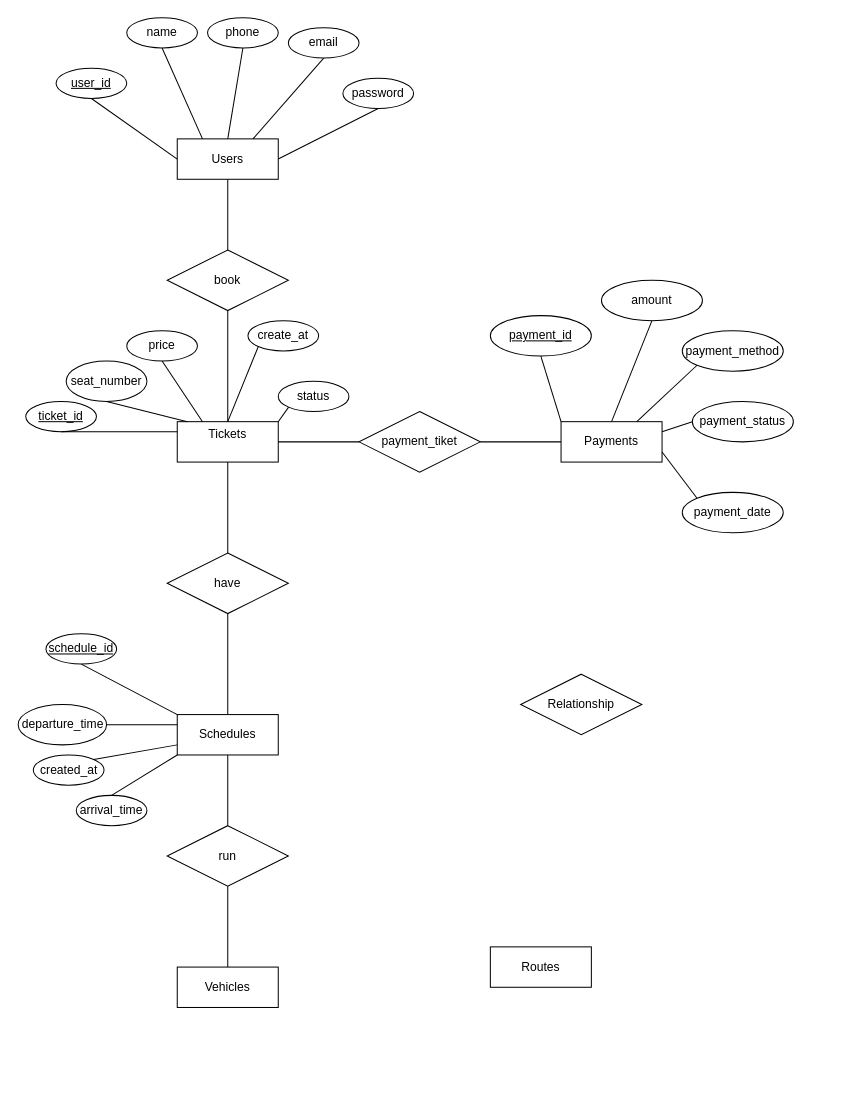
This is Untitled Diagram.drawio from TrinhHoa-23520508/class-diagram, a draw.io file, before an edit. Source tidied: cells renumbered, new cells numbered last; positions are measured from the earlier drawing's top-left corner, leaving out a move shared by most shapes. Both pictures are drawn from the tidied source at 101%, with x=0, y=0 at pixel (17, 17).
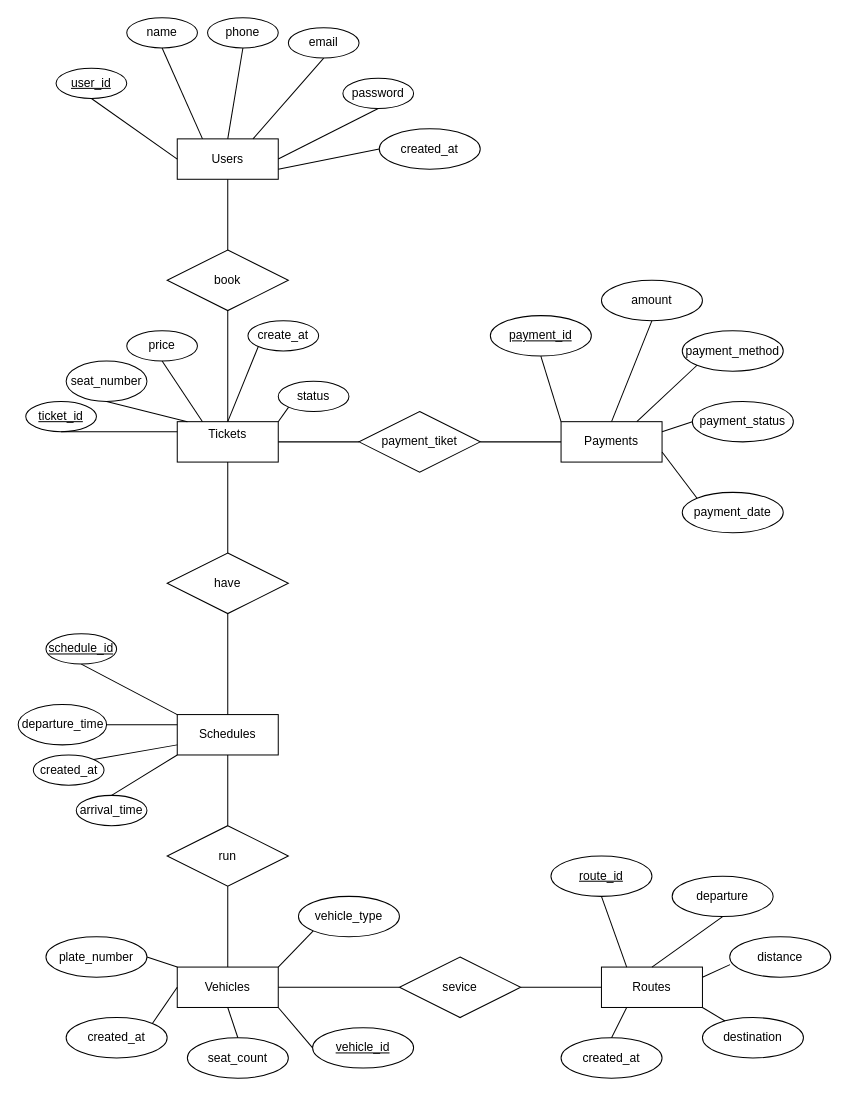
Above is the later version.

The change refers to these unchanged cells:
```xml
<mxCell id="2" value="Users" style="whiteSpace=wrap;html=1;align=center;" parent="1" vertex="1">
  <mxGeometry x="158" y="120" width="100" height="40" as="geometry" />
</mxCell>
<mxCell id="4" value="Vehicles" style="whiteSpace=wrap;html=1;align=center;" parent="1" vertex="1">
  <mxGeometry x="158" y="940" width="100" height="40" as="geometry" />
</mxCell>
```

Change to the diagram source:
```diff
@@
     <mxCell id="3" value="Routes" style="whiteSpace=wrap;html=1;align=center;" parent="1" vertex="1">
-      <mxGeometry x="468" y="920" width="100" height="40" as="geometry" />
+      <mxGeometry x="578" y="940" width="100" height="40" as="geometry" />
     </mxCell>
@@
-    <mxCell id="45" value="Relationship" style="shape=rhombus;perimeter=rhombusPerimeter;whiteSpace=wrap;html=1;align=center;" parent="1" vertex="1">
-      <mxGeometry x="498" y="650" width="120" height="60" as="geometry" />
+    <mxCell id="45" value="sevice" style="shape=rhombus;perimeter=rhombusPerimeter;whiteSpace=wrap;html=1;align=center;" parent="1" vertex="1">
+      <mxGeometry x="378" y="930" width="120" height="60" as="geometry" />
     </mxCell>
@@
+    <mxCell id="59" value="plate_number" style="ellipse;whiteSpace=wrap;html=1;align=center;" parent="1" vertex="1">
+      <mxGeometry x="28" y="910" width="100" height="40" as="geometry" />
+    </mxCell>
+    <mxCell id="60" value="vehicle_id" style="ellipse;whiteSpace=wrap;html=1;align=center;fontStyle=4;" parent="1" vertex="1">
+      <mxGeometry x="292" y="1000" width="100" height="40" as="geometry" />
+    </mxCell>
+    <mxCell id="61" value="vehicle_type" style="ellipse;whiteSpace=wrap;html=1;align=center;" parent="1" vertex="1">
+      <mxGeometry x="278" y="870" width="100" height="40" as="geometry" />
+    </mxCell>
+    <mxCell id="62" value="seat_count" style="ellipse;whiteSpace=wrap;html=1;align=center;" parent="1" vertex="1">
+      <mxGeometry x="168" y="1010" width="100" height="40" as="geometry" />
+    </mxCell>
+    <mxCell id="63" value="created_at" style="ellipse;whiteSpace=wrap;html=1;align=center;" parent="1" vertex="1">
+      <mxGeometry x="48" y="990" width="100" height="40" as="geometry" />
+    </mxCell>
+    <mxCell id="64" style="endArrow=none;html=1;rounded=0;entryX=1;entryY=0;entryDx=0;entryDy=0;exitX=0;exitY=1;exitDx=0;exitDy=0;" parent="1" edge="1" source="61" target="4">
+      <mxGeometry relative="1" as="geometry" />
+    </mxCell>
+    <mxCell id="65" style="endArrow=none;html=1;rounded=0;entryX=1;entryY=0.5;entryDx=0;entryDy=0;exitX=0;exitY=0;exitDx=0;exitDy=0;" parent="1" edge="1" source="4" target="59">
+      <mxGeometry relative="1" as="geometry" />
+    </mxCell>
+    <mxCell id="66" style="endArrow=none;html=1;rounded=0;entryX=1;entryY=0;entryDx=0;entryDy=0;exitX=0;exitY=0.5;exitDx=0;exitDy=0;" parent="1" edge="1" source="4" target="63">
+      <mxGeometry relative="1" as="geometry" />
+    </mxCell>
+    <mxCell id="67" style="endArrow=none;html=1;rounded=0;entryX=0.5;entryY=0;entryDx=0;entryDy=0;exitX=0.5;exitY=1;exitDx=0;exitDy=0;" parent="1" edge="1" source="4" target="62">
+      <mxGeometry relative="1" as="geometry" />
+    </mxCell>
+    <mxCell id="68" style="endArrow=none;html=1;rounded=0;exitX=1;exitY=1;exitDx=0;exitDy=0;exitPerimeter=0;entryX=0;entryY=0.5;entryDx=0;entryDy=0;" parent="1" edge="1" source="4" target="60">
+      <mxGeometry relative="1" as="geometry" />
+    </mxCell>
+    <mxCell id="69" style="endArrow=none;html=1;rounded=0;exitX=1;exitY=0.5;exitDx=0;exitDy=0;entryX=0;entryY=0.5;entryDx=0;entryDy=0;" parent="1" edge="1" source="4" target="45">
+      <mxGeometry relative="1" as="geometry" />
+    </mxCell>
+    <mxCell id="70" style="endArrow=none;html=1;rounded=0;entryX=0;entryY=0.5;entryDx=0;entryDy=0;exitX=1;exitY=0.5;exitDx=0;exitDy=0;" parent="1" edge="1" source="45" target="3">
+      <mxGeometry relative="1" as="geometry" />
+    </mxCell>
+    <mxCell id="71" value="route_id" style="ellipse;whiteSpace=wrap;html=1;align=center;fontStyle=4;" parent="1" vertex="1">
+      <mxGeometry x="528" y="830" width="100" height="40" as="geometry" />
+    </mxCell>
+    <mxCell id="72" value="departure" style="ellipse;whiteSpace=wrap;html=1;align=center;" parent="1" vertex="1">
+      <mxGeometry x="648" y="850" width="100" height="40" as="geometry" />
+    </mxCell>
+    <mxCell id="73" value="destination" style="ellipse;whiteSpace=wrap;html=1;align=center;" parent="1" vertex="1">
+      <mxGeometry x="678" y="990" width="100" height="40" as="geometry" />
+    </mxCell>
+    <mxCell id="74" value="distance" style="ellipse;whiteSpace=wrap;html=1;align=center;" parent="1" vertex="1">
+      <mxGeometry x="705" y="910" width="100" height="40" as="geometry" />
+    </mxCell>
+    <mxCell id="75" value="created_at" style="ellipse;whiteSpace=wrap;html=1;align=center;" parent="1" vertex="1">
+      <mxGeometry x="538" y="1010" width="100" height="40" as="geometry" />
+    </mxCell>
+    <mxCell id="76" style="endArrow=none;html=1;rounded=0;entryX=0.5;entryY=1;entryDx=0;entryDy=0;exitX=0.25;exitY=0;exitDx=0;exitDy=0;" parent="1" edge="1" source="3" target="71">
+      <mxGeometry relative="1" as="geometry" />
+    </mxCell>
+    <mxCell id="77" style="endArrow=none;html=1;rounded=0;entryX=0.5;entryY=1;entryDx=0;entryDy=0;exitX=0.5;exitY=0;exitDx=0;exitDy=0;" parent="1" edge="1" source="3" target="72">
+      <mxGeometry relative="1" as="geometry" />
+    </mxCell>
+    <mxCell id="78" style="endArrow=none;html=1;rounded=0;entryX=0.003;entryY=0.689;entryDx=0;entryDy=0;entryPerimeter=0;exitX=1;exitY=0.25;exitDx=0;exitDy=0;" parent="1" edge="1" source="3" target="74">
+      <mxGeometry relative="1" as="geometry" />
+    </mxCell>
+    <mxCell id="79" style="endArrow=none;html=1;rounded=0;exitX=1;exitY=1;exitDx=0;exitDy=0;" parent="1" edge="1" source="3" target="73">
+      <mxGeometry relative="1" as="geometry" />
+    </mxCell>
+    <mxCell id="80" style="endArrow=none;html=1;rounded=0;entryX=0.25;entryY=1;entryDx=0;entryDy=0;exitX=0.5;exitY=0;exitDx=0;exitDy=0;" parent="1" edge="1" source="75" target="3">
+      <mxGeometry relative="1" as="geometry" />
+    </mxCell>
+    <mxCell id="81" value="created_at" style="ellipse;whiteSpace=wrap;html=1;align=center;" parent="1" vertex="1">
+      <mxGeometry x="358" y="110" width="100" height="40" as="geometry" />
+    </mxCell>
+    <mxCell id="82" style="endArrow=none;html=1;rounded=0;exitX=1;exitY=0.75;exitDx=0;exitDy=0;entryX=0;entryY=0.5;entryDx=0;entryDy=0;" parent="1" edge="1" source="2" target="81">
+      <mxGeometry relative="1" as="geometry" />
+    </mxCell>
```
